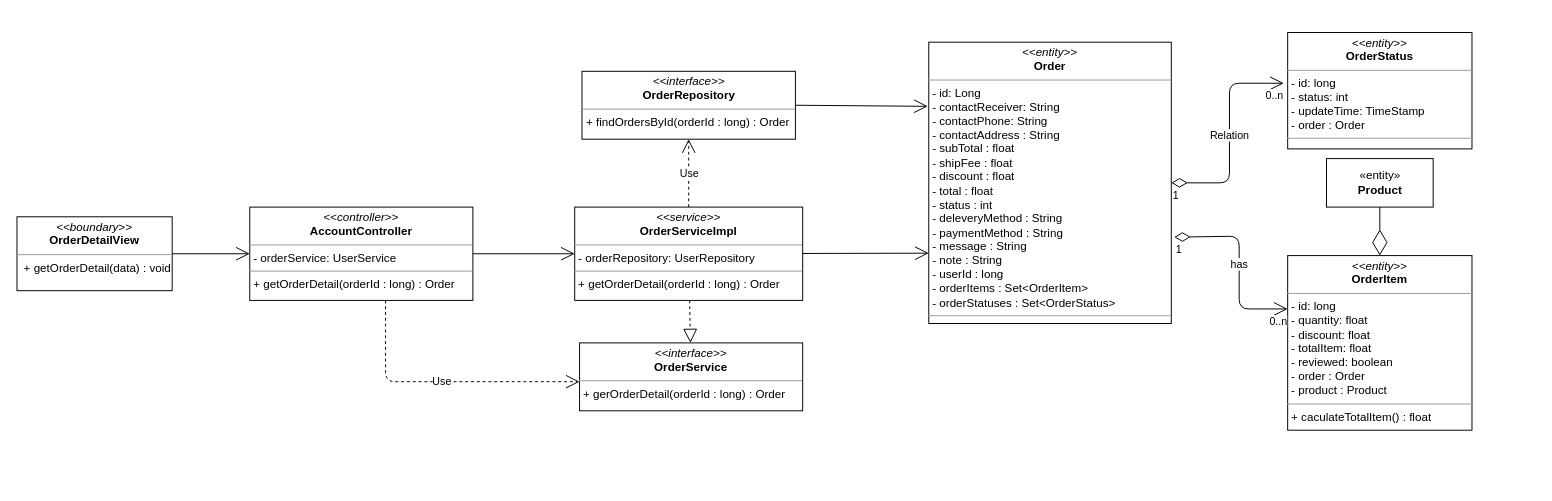
nguyenphamvan/datn_20202 keeps this draw.io diagram as class diagram/get-order-detail-history-class-diagram.drawio. Above is the earlier version. Source tidied: cells renumbered, new cells numbered last; positions are measured from the earlier drawing's top-left corner, leaving out a move shared by most shapes. Both pictures are drawn from the tidied source at 97%, with x=0, y=0 at pixel (16, 32).
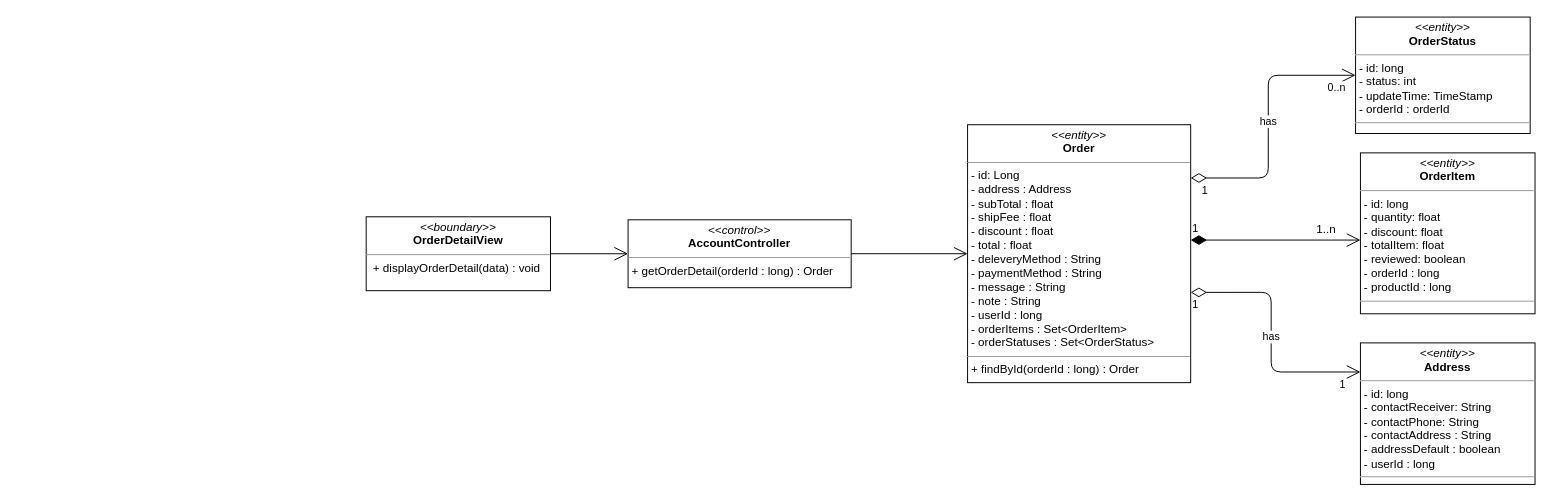
The same diagram, later.

Change to the diagram source:
```diff
@@
-    <mxCell id="2" value="&lt;p style=&quot;margin: 0px ; margin-top: 4px ; text-align: center&quot;&gt;&lt;i&gt;&amp;lt;&amp;lt;boundary&amp;gt;&amp;gt;&lt;/i&gt;&lt;br&gt;&lt;b&gt;OrderDetailView&lt;/b&gt;&lt;/p&gt;&lt;hr size=&quot;1&quot;&gt;&lt;p style=&quot;margin: 0px ; margin-left: 4px&quot;&gt;&lt;span&gt;&amp;nbsp;&lt;/span&gt;&lt;span&gt;+ getOrderDetail(data) : void&lt;/span&gt;&lt;/p&gt;" style="verticalAlign=top;align=left;overflow=fill;fontSize=12;fontFamily=Helvetica;html=1;" parent="1" vertex="1">
-      <mxGeometry y="190" width="160" height="76.2" as="geometry" />
+    <mxCell id="2" value="&lt;p style=&quot;margin: 0px ; margin-top: 4px ; text-align: center&quot;&gt;&lt;i&gt;&amp;lt;&amp;lt;boundary&amp;gt;&amp;gt;&lt;/i&gt;&lt;br&gt;&lt;b&gt;OrderDetailView&lt;/b&gt;&lt;/p&gt;&lt;hr size=&quot;1&quot;&gt;&lt;p style=&quot;margin: 0px ; margin-left: 4px&quot;&gt;&lt;span&gt;&amp;nbsp;&lt;/span&gt;&lt;span&gt;+ displayOrderDetail(data) : void&lt;/span&gt;&lt;/p&gt;" style="verticalAlign=top;align=left;overflow=fill;fontSize=12;fontFamily=Helvetica;html=1;" parent="1" vertex="1">
+      <mxGeometry x="360" y="190" width="190" height="76.2" as="geometry" />
     </mxCell>
@@
-    <mxCell id="4" value="&lt;p style=&quot;margin: 0px ; margin-top: 4px ; text-align: center&quot;&gt;&lt;i&gt;&amp;lt;&amp;lt;entity&amp;gt;&amp;gt;&lt;/i&gt;&lt;br&gt;&lt;b&gt;Order&lt;/b&gt;&lt;/p&gt;&lt;hr size=&quot;1&quot;&gt;&lt;p style=&quot;margin: 0px ; margin-left: 4px&quot;&gt;- id: Long&lt;/p&gt;&lt;p style=&quot;margin: 0px 0px 0px 4px&quot;&gt;- contactReceiver: String&lt;br&gt;- contactPhone: String&lt;/p&gt;&lt;p style=&quot;margin: 0px 0px 0px 4px&quot;&gt;- contactAddress : String&lt;/p&gt;&lt;p style=&quot;margin: 0px 0px 0px 4px&quot;&gt;- subTotal : float&lt;/p&gt;&lt;p style=&quot;margin: 0px 0px 0px 4px&quot;&gt;- shipFee : float&lt;/p&gt;&lt;p style=&quot;margin: 0px 0px 0px 4px&quot;&gt;- discount : float&lt;/p&gt;&lt;p style=&quot;margin: 0px 0px 0px 4px&quot;&gt;- total : float&lt;/p&gt;&lt;p style=&quot;margin: 0px 0px 0px 4px&quot;&gt;- status : int&lt;/p&gt;&lt;p style=&quot;margin: 0px 0px 0px 4px&quot;&gt;- deleveryMethod : String&lt;/p&gt;&lt;p style=&quot;margin: 0px 0px 0px 4px&quot;&gt;- paymentMethod : String&lt;/p&gt;&lt;p style=&quot;margin: 0px 0px 0px 4px&quot;&gt;- message : String&lt;/p&gt;&lt;p style=&quot;margin: 0px 0px 0px 4px&quot;&gt;- note : String&lt;/p&gt;&lt;p style=&quot;margin: 0px 0px 0px 4px&quot;&gt;- userId : long&lt;/p&gt;&lt;p style=&quot;margin: 0px 0px 0px 4px&quot;&gt;- orderItems : Set&amp;lt;OrderItem&amp;gt;&lt;/p&gt;&lt;p style=&quot;margin: 0px 0px 0px 4px&quot;&gt;- orderStatuses : Set&amp;lt;OrderStatus&amp;gt;&amp;nbsp;&lt;/p&gt;&lt;hr size=&quot;1&quot;&gt;&lt;p style=&quot;margin: 0px ; margin-left: 4px&quot;&gt;&lt;br&gt;&lt;/p&gt;" style="verticalAlign=top;align=left;overflow=fill;fontSize=12;fontFamily=Helvetica;html=1;" parent="1" vertex="1">
-      <mxGeometry x="940" y="10" width="250" height="290" as="geometry" />
-    </mxCell>
-    <mxCell id="5" value="&lt;p style=&quot;margin: 0px ; margin-top: 4px ; text-align: center&quot;&gt;&lt;i&gt;&amp;lt;&amp;lt;entity&amp;gt;&amp;gt;&lt;/i&gt;&lt;br&gt;&lt;b&gt;OrderItem&lt;/b&gt;&lt;/p&gt;&lt;hr size=&quot;1&quot;&gt;&lt;p style=&quot;margin: 0px ; margin-left: 4px&quot;&gt;- id: long&lt;/p&gt;&lt;p style=&quot;margin: 0px ; margin-left: 4px&quot;&gt;- quantity: float&lt;br&gt;- discount: float&lt;/p&gt;&lt;p style=&quot;margin: 0px ; margin-left: 4px&quot;&gt;- totalItem: float&lt;/p&gt;&lt;p style=&quot;margin: 0px ; margin-left: 4px&quot;&gt;- reviewed: boolean&lt;/p&gt;&lt;p style=&quot;margin: 0px ; margin-left: 4px&quot;&gt;- order : Order&lt;/p&gt;&lt;p style=&quot;margin: 0px ; margin-left: 4px&quot;&gt;- product : Product&lt;/p&gt;&lt;hr size=&quot;1&quot;&gt;&lt;p style=&quot;margin: 0px ; margin-left: 4px&quot;&gt;+ caculateTotalItem() : float&lt;/p&gt;" style="verticalAlign=top;align=left;overflow=fill;fontSize=12;fontFamily=Helvetica;html=1;" parent="1" vertex="1">
-      <mxGeometry x="1310" y="230" width="190" height="180" as="geometry" />
-    </mxCell>
-    <mxCell id="6" value="&lt;p style=&quot;margin: 0px ; margin-top: 4px ; text-align: center&quot;&gt;&lt;i&gt;&amp;lt;&amp;lt;entity&amp;gt;&amp;gt;&lt;/i&gt;&lt;br&gt;&lt;b&gt;OrderStatus&lt;/b&gt;&lt;/p&gt;&lt;hr size=&quot;1&quot;&gt;&lt;p style=&quot;margin: 0px ; margin-left: 4px&quot;&gt;- id: long&lt;/p&gt;&lt;p style=&quot;margin: 0px ; margin-left: 4px&quot;&gt;- status: int&lt;br&gt;- updateTime: TimeStamp&lt;/p&gt;&lt;p style=&quot;margin: 0px ; margin-left: 4px&quot;&gt;- order : Order&lt;/p&gt;&lt;hr size=&quot;1&quot;&gt;&lt;p style=&quot;margin: 0px ; margin-left: 4px&quot;&gt;&lt;br&gt;&lt;/p&gt;" style="verticalAlign=top;align=left;overflow=fill;fontSize=12;fontFamily=Helvetica;html=1;" parent="1" vertex="1">
-      <mxGeometry x="1310" width="190" height="120" as="geometry" />
-    </mxCell>
-    <mxCell id="7" value="&lt;p style=&quot;margin: 0px ; margin-top: 4px ; text-align: center&quot;&gt;&lt;i&gt;&amp;lt;&amp;lt;controller&amp;gt;&amp;gt;&lt;/i&gt;&lt;br&gt;&lt;b&gt;AccountController&lt;/b&gt;&lt;br&gt;&lt;/p&gt;&lt;hr size=&quot;1&quot;&gt;&lt;p style=&quot;margin: 0px ; margin-left: 4px&quot;&gt;- orderService: UserService&lt;/p&gt;&lt;hr size=&quot;1&quot;&gt;&lt;p style=&quot;margin: 0px ; margin-left: 4px&quot;&gt;+ getOrderDetail(orderId : long) : Order&lt;br&gt;&lt;/p&gt;" style="verticalAlign=top;align=left;overflow=fill;fontSize=12;fontFamily=Helvetica;html=1;" parent="1" vertex="1">
-      <mxGeometry x="240" y="180" width="230" height="96.2" as="geometry" />
+    <mxCell id="7" value="&lt;p style=&quot;margin: 0px ; margin-top: 4px ; text-align: center&quot;&gt;&lt;i&gt;&amp;lt;&amp;lt;control&amp;gt;&amp;gt;&lt;/i&gt;&lt;br&gt;&lt;b&gt;AccountController&lt;/b&gt;&lt;/p&gt;&lt;hr size=&quot;1&quot;&gt;&lt;p style=&quot;margin: 0px ; margin-left: 4px&quot;&gt;+ getOrderDetail(orderId : long) : Order&lt;br&gt;&lt;/p&gt;" style="verticalAlign=top;align=left;overflow=fill;fontSize=12;fontFamily=Helvetica;html=1;" parent="1" vertex="1">
+      <mxGeometry x="630" y="193.1" width="230" height="70" as="geometry" />
     </mxCell>
-    <mxCell id="8" value="&lt;p style=&quot;margin: 0px ; margin-top: 4px ; text-align: center&quot;&gt;&lt;i&gt;&amp;lt;&amp;lt;interface&amp;gt;&amp;gt;&lt;/i&gt;&lt;br&gt;&lt;b&gt;OrderService&lt;/b&gt;&lt;/p&gt;&lt;hr size=&quot;1&quot;&gt;&lt;p style=&quot;margin: 0px ; margin-left: 4px&quot;&gt;+ gerOrderDetail(orderId : long) : Order&lt;/p&gt;" style="verticalAlign=top;align=left;overflow=fill;fontSize=12;fontFamily=Helvetica;html=1;" parent="1" vertex="1">
-      <mxGeometry x="580" y="320" width="230" height="70" as="geometry" />
-    </mxCell>
-    <mxCell id="9" value="&lt;p style=&quot;margin: 0px ; margin-top: 4px ; text-align: center&quot;&gt;&lt;i&gt;&amp;lt;&amp;lt;interface&amp;gt;&amp;gt;&lt;/i&gt;&lt;br&gt;&lt;b&gt;OrderRepository&lt;/b&gt;&lt;/p&gt;&lt;hr size=&quot;1&quot;&gt;&lt;p style=&quot;margin: 0px ; margin-left: 4px&quot;&gt;+ findOrdersById(orderId : long) : Order&lt;br&gt;&lt;/p&gt;" style="verticalAlign=top;align=left;overflow=fill;fontSize=12;fontFamily=Helvetica;html=1;" parent="1" vertex="1">
-      <mxGeometry x="582.5" y="40" width="220" height="70" as="geometry" />
-    </mxCell>
-    <mxCell id="10" value="&lt;p style=&quot;margin: 0px ; margin-top: 4px ; text-align: center&quot;&gt;&lt;i&gt;&amp;lt;&amp;lt;service&amp;gt;&amp;gt;&lt;/i&gt;&lt;br&gt;&lt;b&gt;OrderServiceImpl&lt;/b&gt;&lt;br&gt;&lt;/p&gt;&lt;hr size=&quot;1&quot;&gt;&lt;p style=&quot;margin: 0px ; margin-left: 4px&quot;&gt;- orderRepository: UserRepository&lt;/p&gt;&lt;hr size=&quot;1&quot;&gt;&lt;p style=&quot;margin: 0px ; margin-left: 4px&quot;&gt;+ getOrderDetail(orderId : long) : Order&lt;br&gt;&lt;/p&gt;" style="verticalAlign=top;align=left;overflow=fill;fontSize=12;fontFamily=Helvetica;html=1;" parent="1" vertex="1">
-      <mxGeometry x="575" y="180" width="235" height="96.2" as="geometry" />
-    </mxCell>
-    <mxCell id="11" style="endArrow=block;dashed=1;endFill=0;endSize=12;html=1;" parent="1" edge="1" source="10" target="8">
-      <mxGeometry relative="1" as="geometry" />
-    </mxCell>
-    <mxCell id="12" value="Use" style="endArrow=open;endSize=12;dashed=1;html=1;edgeStyle=orthogonalEdgeStyle;" parent="1" edge="1" source="7" target="8">
-      <mxGeometry relative="1" as="geometry">
-        <Array as="points">
-          <mxPoint x="380" y="360" />
-        </Array>
-      </mxGeometry>
-    </mxCell>
-    <mxCell id="13" style="endArrow=open;endFill=1;endSize=12;html=1;" parent="1" edge="1" source="7" target="10">
+    <mxCell id="13" style="endArrow=open;endFill=1;endSize=12;html=1;" parent="1" edge="1" source="7" target="31">
       <mxGeometry relative="1" as="geometry" />
     </mxCell>
-    <mxCell id="14" value="Use" style="endArrow=open;endSize=12;dashed=1;html=1;exitX=0.5;exitY=0;exitDx=0;exitDy=0;" parent="1" edge="1" source="10" target="9">
-      <mxGeometry relative="1" as="geometry" />
-    </mxCell>
-    <mxCell id="15" style="endArrow=open;endFill=1;endSize=12;html=1;exitX=1;exitY=0.5;exitDx=0;exitDy=0;entryX=-0.004;entryY=0.228;entryDx=0;entryDy=0;entryPerimeter=0;" parent="1" edge="1" source="9" target="4">
-      <mxGeometry relative="1" as="geometry" />
-    </mxCell>
-    <mxCell id="16" style="endArrow=open;endFill=1;endSize=12;html=1;entryX=0;entryY=0.75;entryDx=0;entryDy=0;" parent="1" edge="1" source="10" target="4">
-      <mxGeometry relative="1" as="geometry" />
-    </mxCell>
-    <mxCell id="17" value="Relation" style="endArrow=open;html=1;endSize=12;startArrow=diamondThin;startSize=14;startFill=0;edgeStyle=orthogonalEdgeStyle;entryX=-0.021;entryY=0.436;entryDx=0;entryDy=0;entryPerimeter=0;" parent="1" edge="1" source="4" target="6">
-      <mxGeometry relative="1" as="geometry" />
-    </mxCell>
-    <mxCell id="18" value="1" style="edgeLabel;html=1;align=left;verticalAlign=top;" parent="17" vertex="1">
-      <mxGeometry x="-1" relative="1" as="geometry" />
-    </mxCell>
-    <mxCell id="19" value="0..n" style="edgeLabel;html=1;align=right;verticalAlign=top;" parent="17" vertex="1">
-      <mxGeometry x="1" relative="1" as="geometry" />
-    </mxCell>
-    <mxCell id="20" value="has" style="endArrow=open;html=1;endSize=12;startArrow=diamondThin;startSize=14;startFill=0;edgeStyle=orthogonalEdgeStyle;exitX=1.012;exitY=0.693;exitDx=0;exitDy=0;exitPerimeter=0;" parent="1" edge="1" source="4" target="5">
-      <mxGeometry relative="1" as="geometry">
-        <Array as="points">
-          <mxPoint x="1260" y="210" />
-          <mxPoint x="1260" y="285" />
-        </Array>
-      </mxGeometry>
-    </mxCell>
-    <mxCell id="21" value="1" style="edgeLabel;html=1;align=left;verticalAlign=top;" parent="20" vertex="1">
-      <mxGeometry x="-1" relative="1" as="geometry" />
-    </mxCell>
-    <mxCell id="22" value="0..n" style="edgeLabel;html=1;align=right;verticalAlign=top;" parent="20" vertex="1">
-      <mxGeometry x="1" relative="1" as="geometry" />
-    </mxCell>
-    <mxCell id="23" value="«entity»&lt;br&gt;&lt;b&gt;Product&lt;/b&gt;" style="html=1;" parent="1" vertex="1">
-      <mxGeometry x="1350" y="130" width="110" height="50" as="geometry" />
-    </mxCell>
-    <mxCell id="24" style="endArrow=diamondThin;endFill=0;endSize=24;html=1;exitX=0.5;exitY=1;exitDx=0;exitDy=0;" parent="1" edge="1" source="23" target="5">
-      <mxGeometry relative="1" as="geometry" />
-    </mxCell>
+    <mxCell id="25" value="&lt;p style=&quot;margin: 0px ; margin-top: 4px ; text-align: center&quot;&gt;&lt;i&gt;&amp;lt;&amp;lt;entity&amp;gt;&amp;gt;&lt;/i&gt;&lt;br&gt;&lt;b&gt;Address&lt;/b&gt;&lt;/p&gt;&lt;hr size=&quot;1&quot;&gt;&lt;p style=&quot;margin: 0px ; margin-left: 4px&quot;&gt;- id: long&lt;/p&gt;&lt;p style=&quot;margin: 0px ; margin-left: 4px&quot;&gt;- contactReceiver: String&lt;br&gt;- contactPhone: String&lt;/p&gt;&lt;p style=&quot;margin: 0px ; margin-left: 4px&quot;&gt;- contactAddress : String&lt;/p&gt;&lt;p style=&quot;margin: 0px ; margin-left: 4px&quot;&gt;- addressDefault : boolean&lt;/p&gt;&lt;p style=&quot;margin: 0px ; margin-left: 4px&quot;&gt;- userId : long&lt;/p&gt;&lt;hr size=&quot;1&quot;&gt;&lt;p style=&quot;margin: 0px ; margin-left: 4px&quot;&gt;&lt;br&gt;&lt;/p&gt;" style="verticalAlign=top;align=left;overflow=fill;fontSize=12;fontFamily=Helvetica;html=1;" parent="1" vertex="1">
+      <mxGeometry x="1385" y="320" width="180" height="145.9" as="geometry" />
+    </mxCell>
+    <mxCell id="26" value="&lt;p style=&quot;margin: 0px ; margin-top: 4px ; text-align: center&quot;&gt;&lt;i&gt;&amp;lt;&amp;lt;entity&amp;gt;&amp;gt;&lt;/i&gt;&lt;br&gt;&lt;b&gt;OrderItem&lt;/b&gt;&lt;/p&gt;&lt;hr size=&quot;1&quot;&gt;&lt;p style=&quot;margin: 0px ; margin-left: 4px&quot;&gt;- id: long&lt;/p&gt;&lt;p style=&quot;margin: 0px ; margin-left: 4px&quot;&gt;- quantity: float&lt;br&gt;- discount: float&lt;/p&gt;&lt;p style=&quot;margin: 0px ; margin-left: 4px&quot;&gt;- totalItem: float&lt;/p&gt;&lt;p style=&quot;margin: 0px ; margin-left: 4px&quot;&gt;- reviewed: boolean&lt;/p&gt;&lt;p style=&quot;margin: 0px ; margin-left: 4px&quot;&gt;- orderId : long&lt;/p&gt;&lt;p style=&quot;margin: 0px ; margin-left: 4px&quot;&gt;- productId : long&lt;/p&gt;&lt;hr size=&quot;1&quot;&gt;&lt;p style=&quot;margin: 0px ; margin-left: 4px&quot;&gt;&lt;br&gt;&lt;/p&gt;" style="verticalAlign=top;align=left;overflow=fill;fontSize=12;fontFamily=Helvetica;html=1;" parent="1" vertex="1">
+      <mxGeometry x="1385" y="124.1" width="180" height="165.9" as="geometry" />
+    </mxCell>
+    <mxCell id="27" value="&lt;p style=&quot;margin: 0px ; margin-top: 4px ; text-align: center&quot;&gt;&lt;i&gt;&amp;lt;&amp;lt;entity&amp;gt;&amp;gt;&lt;/i&gt;&lt;br&gt;&lt;b&gt;OrderStatus&lt;/b&gt;&lt;/p&gt;&lt;hr size=&quot;1&quot;&gt;&lt;p style=&quot;margin: 0px ; margin-left: 4px&quot;&gt;- id: long&lt;/p&gt;&lt;p style=&quot;margin: 0px ; margin-left: 4px&quot;&gt;- status: int&lt;br&gt;- updateTime: TimeStamp&lt;/p&gt;&lt;p style=&quot;margin: 0px ; margin-left: 4px&quot;&gt;- orderId : orderId&lt;/p&gt;&lt;hr size=&quot;1&quot;&gt;&lt;p style=&quot;margin: 0px ; margin-left: 4px&quot;&gt;&lt;br&gt;&lt;/p&gt;" style="verticalAlign=top;align=left;overflow=fill;fontSize=12;fontFamily=Helvetica;html=1;" parent="1" vertex="1">
+      <mxGeometry x="1380" y="-15.9" width="180" height="120" as="geometry" />
+    </mxCell>
+    <mxCell id="28" value="has" style="endArrow=open;html=1;endSize=12;startArrow=diamondThin;startSize=14;startFill=0;edgeStyle=orthogonalEdgeStyle;exitX=1;exitY=0.65;exitDx=0;exitDy=0;exitPerimeter=0;" parent="1" edge="1" source="31" target="25">
+      <mxGeometry relative="1" as="geometry">
+        <Array as="points">
+          <mxPoint x="1293" y="268" />
+          <mxPoint x="1293" y="350" />
+        </Array>
+      </mxGeometry>
+    </mxCell>
+    <mxCell id="29" value="1" style="edgeLabel;html=1;align=left;verticalAlign=top;" parent="28" vertex="1">
+      <mxGeometry x="-1" relative="1" as="geometry" />
+    </mxCell>
+    <mxCell id="30" value="1" style="edgeLabel;html=1;align=right;verticalAlign=top;" parent="28" vertex="1">
+      <mxGeometry x="1" relative="1" as="geometry">
+        <mxPoint x="-15" as="offset" />
+      </mxGeometry>
+    </mxCell>
+    <mxCell id="31" value="&lt;p style=&quot;margin: 0px ; margin-top: 4px ; text-align: center&quot;&gt;&lt;i&gt;&amp;lt;&amp;lt;entity&amp;gt;&amp;gt;&lt;/i&gt;&lt;br&gt;&lt;b&gt;Order&lt;/b&gt;&lt;/p&gt;&lt;hr size=&quot;1&quot;&gt;&lt;p style=&quot;margin: 0px ; margin-left: 4px&quot;&gt;- id: Long&lt;/p&gt;&lt;p style=&quot;margin: 0px 0px 0px 4px&quot;&gt;- address : Address&lt;/p&gt;&lt;p style=&quot;margin: 0px 0px 0px 4px&quot;&gt;- subTotal : float&lt;/p&gt;&lt;p style=&quot;margin: 0px 0px 0px 4px&quot;&gt;- shipFee : float&lt;/p&gt;&lt;p style=&quot;margin: 0px 0px 0px 4px&quot;&gt;- discount : float&lt;/p&gt;&lt;p style=&quot;margin: 0px 0px 0px 4px&quot;&gt;- total : float&lt;/p&gt;&lt;p style=&quot;margin: 0px 0px 0px 4px&quot;&gt;- deleveryMethod : String&lt;/p&gt;&lt;p style=&quot;margin: 0px 0px 0px 4px&quot;&gt;- paymentMethod : String&lt;/p&gt;&lt;p style=&quot;margin: 0px 0px 0px 4px&quot;&gt;- message : String&lt;/p&gt;&lt;p style=&quot;margin: 0px 0px 0px 4px&quot;&gt;- note : String&lt;/p&gt;&lt;p style=&quot;margin: 0px 0px 0px 4px&quot;&gt;- userId : long&lt;/p&gt;&lt;p style=&quot;margin: 0px 0px 0px 4px&quot;&gt;- orderItems : Set&amp;lt;OrderItem&amp;gt;&lt;/p&gt;&lt;p style=&quot;margin: 0px 0px 0px 4px&quot;&gt;- orderStatuses : Set&amp;lt;OrderStatus&amp;gt;&lt;/p&gt;&lt;hr size=&quot;1&quot;&gt;&lt;p style=&quot;margin: 0px ; margin-left: 4px&quot;&gt;+ findById(orderId : long) : Order&lt;/p&gt;" style="verticalAlign=top;align=left;overflow=fill;fontSize=12;fontFamily=Helvetica;html=1;" parent="1" vertex="1">
+      <mxGeometry x="980" y="95.1" width="230" height="265.9" as="geometry" />
+    </mxCell>
+    <mxCell id="32" value="has" style="endArrow=open;html=1;endSize=12;startArrow=diamondThin;startSize=14;startFill=0;edgeStyle=orthogonalEdgeStyle;" parent="1" edge="1" source="31">
+      <mxGeometry relative="1" as="geometry">
+        <mxPoint x="1380" y="44.1" as="targetPoint" />
+        <Array as="points">
+          <mxPoint x="1290" y="150" />
+          <mxPoint x="1290" y="44" />
+        </Array>
+      </mxGeometry>
+    </mxCell>
+    <mxCell id="33" value="1" style="edgeLabel;html=1;align=left;verticalAlign=top;" parent="32" vertex="1">
+      <mxGeometry x="-1" relative="1" as="geometry">
+        <mxPoint x="10" as="offset" />
+      </mxGeometry>
+    </mxCell>
+    <mxCell id="34" value="0..n" style="edgeLabel;html=1;align=right;verticalAlign=top;" parent="32" vertex="1">
+      <mxGeometry x="1" relative="1" as="geometry">
+        <mxPoint x="-10" as="offset" />
+      </mxGeometry>
+    </mxCell>
+    <mxCell id="35" value="1" style="endArrow=open;html=1;endSize=12;startArrow=diamondThin;startSize=14;startFill=1;edgeStyle=orthogonalEdgeStyle;align=left;verticalAlign=bottom;" parent="1" edge="1" source="31">
+      <mxGeometry x="-1" y="3" relative="1" as="geometry">
+        <mxPoint x="1385" y="214" as="targetPoint" />
+        <Array as="points">
+          <mxPoint x="1270" y="214" />
+          <mxPoint x="1270" y="214" />
+        </Array>
+      </mxGeometry>
+    </mxCell>
+    <mxCell id="36" value="1..n" style="text;html=1;strokeColor=none;fillColor=none;align=center;verticalAlign=middle;whiteSpace=wrap;rounded=0;" parent="1" vertex="1">
+      <mxGeometry x="1330" y="193.1" width="40" height="20" as="geometry" />
+    </mxCell>
```
